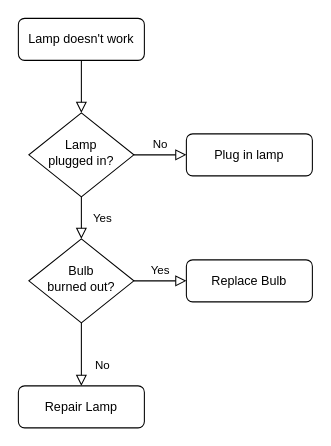
The draw.io diagram Untitled Diagram.drawio in Ghost-Cypher28/Admin-Panel, before the edit. Source tidied: cells renumbered, new cells numbered last; positions are measured from the earlier drawing's top-left corner, leaving out a move shared by most shapes. Both pictures are drawn from the tidied source at 105%, with x=0, y=0 at pixel (18, 18).
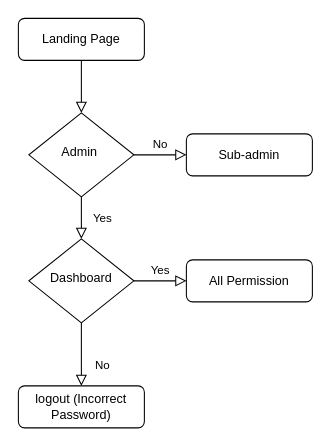
Above is the later version.

What changed in the source:
```diff
@@
 <mxGraphModel>
   <root>
     <mxCell id="0" />
     <mxCell id="1" parent="0" />
     <mxCell id="2" style="rounded=0;html=1;jettySize=auto;fontSize=11;endArrow=block;endFill=0;endSize=8;strokeWidth=1;shadow=0;labelBackgroundColor=none;edgeStyle=orthogonalEdgeStyle;" parent="1" edge="1" source="3" target="6">
       <mxGeometry relative="1" as="geometry" />
     </mxCell>
-    <mxCell id="3" value="Lamp doesn't work" style="rounded=1;whiteSpace=wrap;html=1;fontSize=12;glass=0;strokeWidth=1;shadow=0;" parent="1" vertex="1">
+    <mxCell id="3" value="Landing Page" style="rounded=1;whiteSpace=wrap;html=1;fontSize=12;glass=0;strokeWidth=1;shadow=0;" parent="1" vertex="1">
       <mxGeometry width="120" height="40" as="geometry" />
     </mxCell>
     <mxCell id="4" value="Yes" style="rounded=0;html=1;jettySize=auto;fontSize=11;endArrow=block;endFill=0;endSize=8;strokeWidth=1;shadow=0;labelBackgroundColor=none;edgeStyle=orthogonalEdgeStyle;" parent="1" edge="1" source="6" target="10">
       <mxGeometry y="20" relative="1" as="geometry" />
     </mxCell>
     <mxCell id="5" value="No" style="edgeStyle=orthogonalEdgeStyle;rounded=0;html=1;jettySize=auto;fontSize=11;endArrow=block;endFill=0;endSize=8;strokeWidth=1;shadow=0;labelBackgroundColor=none;" parent="1" edge="1" source="6" target="7">
       <mxGeometry y="10" relative="1" as="geometry" />
     </mxCell>
-    <mxCell id="6" value="Lamp&lt;br&gt;plugged in?" style="rhombus;whiteSpace=wrap;html=1;shadow=0;fontFamily=Helvetica;fontSize=12;align=center;strokeWidth=1;spacing=6;spacingTop=-4;" parent="1" vertex="1">
+    <mxCell id="6" value="Admin&amp;nbsp;" style="rhombus;whiteSpace=wrap;html=1;shadow=0;fontFamily=Helvetica;fontSize=12;align=center;strokeWidth=1;spacing=6;spacingTop=-4;" parent="1" vertex="1">
       <mxGeometry x="10" y="90" width="100" height="80" as="geometry" />
     </mxCell>
-    <mxCell id="7" value="Plug in lamp" style="rounded=1;whiteSpace=wrap;html=1;fontSize=12;glass=0;strokeWidth=1;shadow=0;" parent="1" vertex="1">
+    <mxCell id="7" value="Sub-admin" style="rounded=1;whiteSpace=wrap;html=1;fontSize=12;glass=0;strokeWidth=1;shadow=0;" parent="1" vertex="1">
       <mxGeometry x="160" y="110" width="120" height="40" as="geometry" />
     </mxCell>
     <mxCell id="8" value="No" style="rounded=0;html=1;jettySize=auto;fontSize=11;endArrow=block;endFill=0;endSize=8;strokeWidth=1;shadow=0;labelBackgroundColor=none;edgeStyle=orthogonalEdgeStyle;" parent="1" edge="1" source="10" target="11">
       <mxGeometry x="0.33" y="20" relative="1" as="geometry" />
     </mxCell>
     <mxCell id="9" value="Yes" style="edgeStyle=orthogonalEdgeStyle;rounded=0;html=1;jettySize=auto;fontSize=11;endArrow=block;endFill=0;endSize=8;strokeWidth=1;shadow=0;labelBackgroundColor=none;" parent="1" edge="1" source="10" target="12">
       <mxGeometry y="10" relative="1" as="geometry" />
     </mxCell>
-    <mxCell id="10" value="Bulb&lt;br&gt;burned out?" style="rhombus;whiteSpace=wrap;html=1;shadow=0;fontFamily=Helvetica;fontSize=12;align=center;strokeWidth=1;spacing=6;spacingTop=-4;" parent="1" vertex="1">
+    <mxCell id="10" value="Dashboard" style="rhombus;whiteSpace=wrap;html=1;shadow=0;fontFamily=Helvetica;fontSize=12;align=center;strokeWidth=1;spacing=6;spacingTop=-4;" parent="1" vertex="1">
       <mxGeometry x="10" y="210" width="100" height="80" as="geometry" />
     </mxCell>
-    <mxCell id="11" value="Repair Lamp" style="rounded=1;whiteSpace=wrap;html=1;fontSize=12;glass=0;strokeWidth=1;shadow=0;" parent="1" vertex="1">
+    <mxCell id="11" value="logout (Incorrect Password)" style="rounded=1;whiteSpace=wrap;html=1;fontSize=12;glass=0;strokeWidth=1;shadow=0;" parent="1" vertex="1">
       <mxGeometry y="350" width="120" height="40" as="geometry" />
     </mxCell>
-    <mxCell id="12" value="Replace Bulb" style="rounded=1;whiteSpace=wrap;html=1;fontSize=12;glass=0;strokeWidth=1;shadow=0;" parent="1" vertex="1">
+    <mxCell id="12" value="All Permission" style="rounded=1;whiteSpace=wrap;html=1;fontSize=12;glass=0;strokeWidth=1;shadow=0;" parent="1" vertex="1">
       <mxGeometry x="160" y="230" width="120" height="40" as="geometry" />
     </mxCell>
   </root>
 </mxGraphModel>
```
